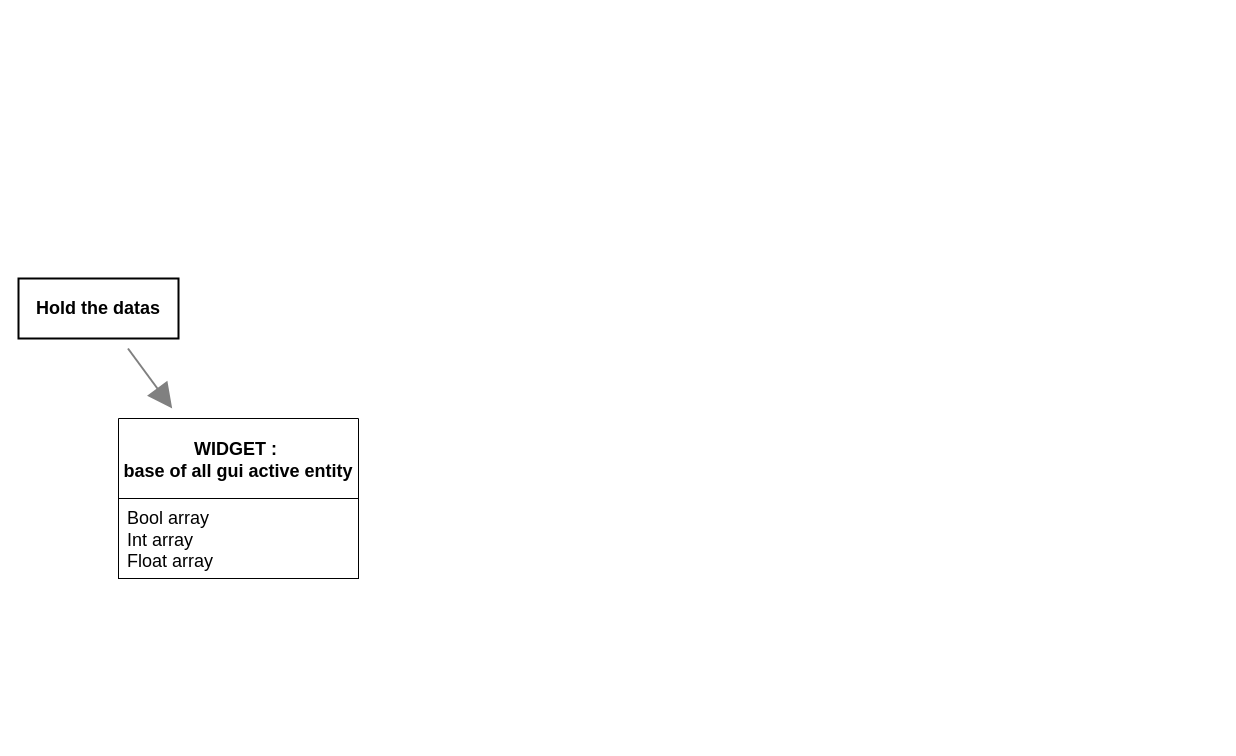
Earlier version of the draw.io diagram page "DUMP" (1 of 5) of docu_3.drawio (akariumfish/nodulo). Source tidied: cells renumbered, new cells numbered last; positions are measured from the earlier drawing's top-left corner, leaving out a move shared by most shapes. Both pictures are drawn from the tidied source at 100%, with x=0, y=0 at pixel (18, 278).
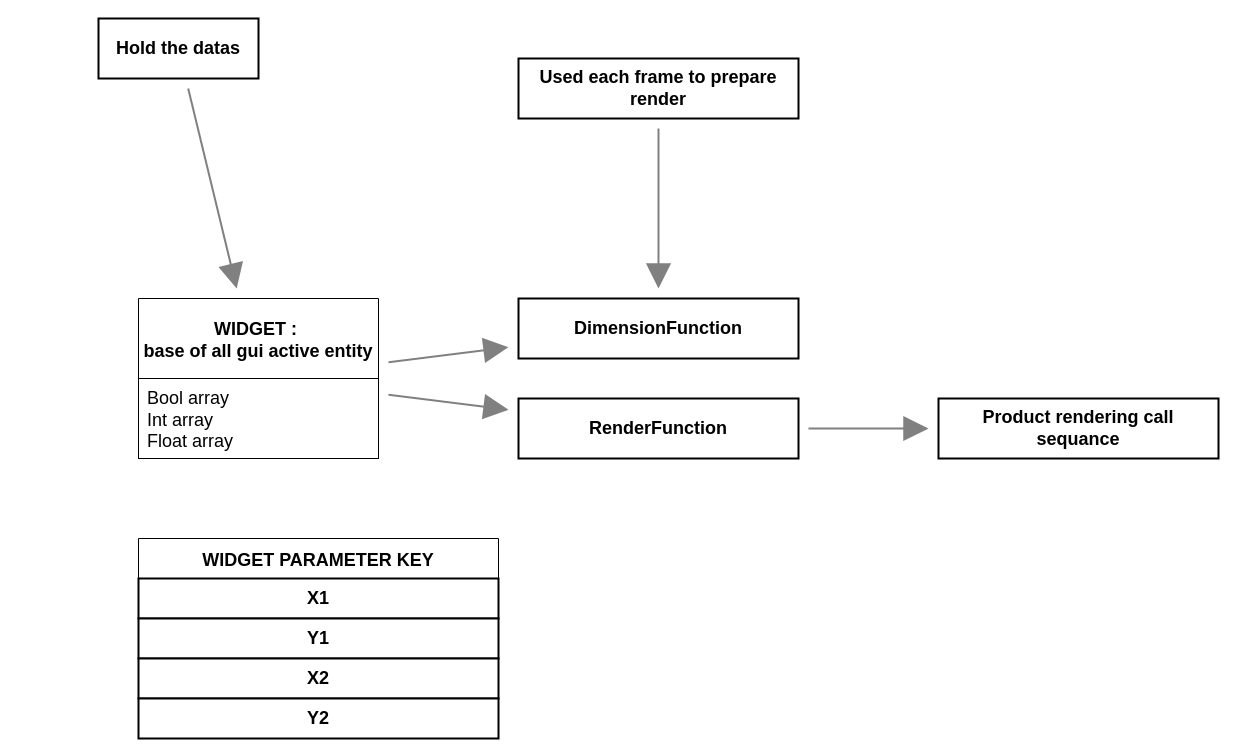
The same page after the edit.

Change to the diagram source:
```diff
@@
 <mxGraphModel>
   <root>
     <mxCell id="0" />
     <mxCell id="1" parent="0" />
     <mxCell id="2" style="edgeStyle=none;shape=connector;curved=1;rounded=1;jumpStyle=gap;jumpSize=10;libavoidSpacing=20;curveGeometry=1;jettySize=auto;html=1;strokeColor=light-dark(#808080,#E6E6E6);strokeWidth=2;align=center;verticalAlign=middle;fontFamily=Helvetica;fontSize=12;fontColor=default;labelBackgroundColor=default;startArrow=none;startFill=0;startSize=20;endArrow=block;endFill=1;endSize=20;flowAnimation=0;sourcePerimeterSpacing=10;targetPerimeterSpacing=10;fixedPointSpacing=1;followTerminals=1;" parent="1" edge="1" source="3" target="4">
       <mxGeometry relative="1" as="geometry" />
     </mxCell>
     <mxCell id="3" value="Hold the datas" style="whiteSpace=wrap;html=1;fontSize=18;fontStyle=1;strokeColor=light-dark(#000000,#808080);strokeWidth=2;newEdgeStyle=%7B%22edgeStyle%22%3A%22none%22%2C%22shape%22%3A%22connector%22%2C%22curved%22%3A%221%22%2C%22rounded%22%3A%221%22%2C%22jumpStyle%22%3A%22gap%22%2C%22jumpSize%22%3A%2210%22%2C%22libavoidSpacing%22%3A%2220%22%2C%22curveGeometry%22%3A%221%22%2C%22orthogonalLoop%22%3A%221%22%2C%22jettySize%22%3A%22auto%22%2C%22html%22%3A%221%22%2C%22strokeColor%22%3A%22light-dark(%23808080%2C%23E6E6E6)%22%2C%22strokeWidth%22%3A%222%22%2C%22align%22%3A%22center%22%2C%22verticalAlign%22%3A%22middle%22%2C%22fontFamily%22%3A%22Helvetica%22%2C%22fontSize%22%3A%2212%22%2C%22fontColor%22%3A%22default%22%2C%22labelBackgroundColor%22%3A%22default%22%2C%22startArrow%22%3A%22none%22%2C%22startFill%22%3A%220%22%2C%22startSize%22%3A%2220%22%2C%22endArrow%22%3A%22block%22%2C%22endFill%22%3A%221%22%2C%22endSize%22%3A%2220%22%2C%22flowAnimation%22%3A%220%22%2C%22sourcePerimeterSpacing%22%3A%2210%22%2C%22targetPerimeterSpacing%22%3A%2210%22%2C%22fixedPointSpacing%22%3A%221%22%2C%22followTerminals%22%3A%221%22%7D;" parent="1" vertex="1">
-      <mxGeometry width="160" height="60" as="geometry" />
+      <mxGeometry x="80" y="-260" width="160" height="60" as="geometry" />
     </mxCell>
+    <mxCell id="6" style="edgeStyle=none;shape=connector;curved=1;rounded=1;jumpStyle=gap;jumpSize=10;libavoidSpacing=20;curveGeometry=1;jettySize=auto;html=1;strokeColor=light-dark(#808080,#E6E6E6);strokeWidth=2;align=center;verticalAlign=middle;fontFamily=Helvetica;fontSize=12;fontColor=default;labelBackgroundColor=default;startArrow=none;startFill=0;startSize=20;endArrow=block;endFill=1;endSize=20;flowAnimation=0;sourcePerimeterSpacing=10;targetPerimeterSpacing=10;fixedPointSpacing=1;followTerminals=1;" parent="1" edge="1" source="4" target="10">
+      <mxGeometry relative="1" as="geometry" />
+    </mxCell>
+    <mxCell id="7" style="edgeStyle=none;shape=connector;curved=1;rounded=1;jumpStyle=gap;jumpSize=10;libavoidSpacing=20;curveGeometry=1;jettySize=auto;html=1;strokeColor=light-dark(#808080,#E6E6E6);strokeWidth=2;align=center;verticalAlign=middle;fontFamily=Helvetica;fontSize=12;fontColor=default;labelBackgroundColor=default;startArrow=none;startFill=0;startSize=20;endArrow=block;endFill=1;endSize=20;flowAnimation=0;sourcePerimeterSpacing=10;targetPerimeterSpacing=10;fixedPointSpacing=1;followTerminals=1;" parent="1" edge="1" source="4" target="8">
+      <mxGeometry relative="1" as="geometry" />
+    </mxCell>
     <mxCell id="4" value="WIDGET : &#10;base of all gui active entity" style="swimlane;fontStyle=1;horizontal=1;startSize=80;fillColor=default;swimlaneFillColor=none;fontSize=18;spacing=10;" parent="1" vertex="1">
-      <mxGeometry x="100" y="140" width="240" height="160" as="geometry" />
+      <mxGeometry x="120" y="20" width="240" height="160" as="geometry" />
     </mxCell>
     <mxCell id="5" value="Bool array&lt;div&gt;Int array&lt;/div&gt;&lt;div&gt;Float array&lt;/div&gt;" style="text;strokeColor=inherit;align=left;verticalAlign=top;spacingLeft=4;spacingRight=4;overflow=hidden;whiteSpace=wrap;html=1;fontSize=18;spacing=5;fillColor=default;" parent="4" vertex="1">
       <mxGeometry y="80" width="240" height="80" as="geometry" />
     </mxCell>
+    <mxCell id="8" value="DimensionFunction" style="whiteSpace=wrap;html=1;fontSize=18;fontStyle=1;strokeColor=light-dark(#000000,#808080);strokeWidth=2;newEdgeStyle=%7B%22edgeStyle%22%3A%22none%22%2C%22shape%22%3A%22connector%22%2C%22curved%22%3A%221%22%2C%22rounded%22%3A%221%22%2C%22jumpStyle%22%3A%22gap%22%2C%22jumpSize%22%3A%2210%22%2C%22libavoidSpacing%22%3A%2220%22%2C%22curveGeometry%22%3A%221%22%2C%22orthogonalLoop%22%3A%221%22%2C%22jettySize%22%3A%22auto%22%2C%22html%22%3A%221%22%2C%22strokeColor%22%3A%22light-dark(%23808080%2C%23E6E6E6)%22%2C%22strokeWidth%22%3A%222%22%2C%22align%22%3A%22center%22%2C%22verticalAlign%22%3A%22middle%22%2C%22fontFamily%22%3A%22Helvetica%22%2C%22fontSize%22%3A%2212%22%2C%22fontColor%22%3A%22default%22%2C%22labelBackgroundColor%22%3A%22default%22%2C%22startArrow%22%3A%22none%22%2C%22startFill%22%3A%220%22%2C%22startSize%22%3A%2220%22%2C%22endArrow%22%3A%22block%22%2C%22endFill%22%3A%221%22%2C%22endSize%22%3A%2220%22%2C%22flowAnimation%22%3A%220%22%2C%22sourcePerimeterSpacing%22%3A%2210%22%2C%22targetPerimeterSpacing%22%3A%2210%22%2C%22fixedPointSpacing%22%3A%221%22%2C%22followTerminals%22%3A%221%22%7D;" parent="1" vertex="1">
+      <mxGeometry x="500" y="20" width="280" height="60" as="geometry" />
+    </mxCell>
+    <mxCell id="9" style="edgeStyle=none;shape=connector;curved=1;rounded=1;jumpStyle=gap;jumpSize=10;libavoidSpacing=20;curveGeometry=1;jettySize=auto;html=1;strokeColor=light-dark(#808080,#E6E6E6);strokeWidth=2;align=center;verticalAlign=middle;fontFamily=Helvetica;fontSize=12;fontColor=default;labelBackgroundColor=default;startArrow=none;startFill=0;startSize=20;endArrow=block;endFill=1;endSize=20;flowAnimation=0;sourcePerimeterSpacing=10;targetPerimeterSpacing=10;fixedPointSpacing=1;followTerminals=1;" parent="1" edge="1" source="10" target="13">
+      <mxGeometry relative="1" as="geometry" />
+    </mxCell>
+    <mxCell id="10" value="RenderFunction" style="whiteSpace=wrap;html=1;fontSize=18;fontStyle=1;strokeColor=light-dark(#000000,#808080);strokeWidth=2;newEdgeStyle=%7B%22edgeStyle%22%3A%22none%22%2C%22shape%22%3A%22connector%22%2C%22curved%22%3A%221%22%2C%22rounded%22%3A%221%22%2C%22jumpStyle%22%3A%22gap%22%2C%22jumpSize%22%3A%2210%22%2C%22libavoidSpacing%22%3A%2220%22%2C%22curveGeometry%22%3A%221%22%2C%22orthogonalLoop%22%3A%221%22%2C%22jettySize%22%3A%22auto%22%2C%22html%22%3A%221%22%2C%22strokeColor%22%3A%22light-dark(%23808080%2C%23E6E6E6)%22%2C%22strokeWidth%22%3A%222%22%2C%22align%22%3A%22center%22%2C%22verticalAlign%22%3A%22middle%22%2C%22fontFamily%22%3A%22Helvetica%22%2C%22fontSize%22%3A%2212%22%2C%22fontColor%22%3A%22default%22%2C%22labelBackgroundColor%22%3A%22default%22%2C%22startArrow%22%3A%22none%22%2C%22startFill%22%3A%220%22%2C%22startSize%22%3A%2220%22%2C%22endArrow%22%3A%22block%22%2C%22endFill%22%3A%221%22%2C%22endSize%22%3A%2220%22%2C%22flowAnimation%22%3A%220%22%2C%22sourcePerimeterSpacing%22%3A%2210%22%2C%22targetPerimeterSpacing%22%3A%2210%22%2C%22fixedPointSpacing%22%3A%221%22%2C%22followTerminals%22%3A%221%22%7D;" parent="1" vertex="1">
+      <mxGeometry x="500" y="120" width="280" height="60" as="geometry" />
+    </mxCell>
+    <mxCell id="11" style="edgeStyle=none;shape=connector;curved=1;rounded=1;jumpStyle=gap;jumpSize=10;libavoidSpacing=20;curveGeometry=1;jettySize=auto;html=1;strokeColor=light-dark(#808080,#E6E6E6);strokeWidth=2;align=center;verticalAlign=middle;fontFamily=Helvetica;fontSize=12;fontColor=default;labelBackgroundColor=default;startArrow=none;startFill=0;startSize=20;endArrow=block;endFill=1;endSize=20;flowAnimation=0;sourcePerimeterSpacing=10;targetPerimeterSpacing=10;fixedPointSpacing=1;followTerminals=1;" parent="1" edge="1" source="12" target="8">
+      <mxGeometry relative="1" as="geometry" />
+    </mxCell>
+    <mxCell id="12" value="Used each frame to prepare render" style="whiteSpace=wrap;html=1;fontSize=18;fontStyle=1;strokeColor=light-dark(#000000,#808080);strokeWidth=2;newEdgeStyle=%7B%22edgeStyle%22%3A%22none%22%2C%22shape%22%3A%22connector%22%2C%22curved%22%3A%221%22%2C%22rounded%22%3A%221%22%2C%22jumpStyle%22%3A%22gap%22%2C%22jumpSize%22%3A%2210%22%2C%22libavoidSpacing%22%3A%2220%22%2C%22curveGeometry%22%3A%221%22%2C%22orthogonalLoop%22%3A%221%22%2C%22jettySize%22%3A%22auto%22%2C%22html%22%3A%221%22%2C%22strokeColor%22%3A%22light-dark(%23808080%2C%23E6E6E6)%22%2C%22strokeWidth%22%3A%222%22%2C%22align%22%3A%22center%22%2C%22verticalAlign%22%3A%22middle%22%2C%22fontFamily%22%3A%22Helvetica%22%2C%22fontSize%22%3A%2212%22%2C%22fontColor%22%3A%22default%22%2C%22labelBackgroundColor%22%3A%22default%22%2C%22startArrow%22%3A%22none%22%2C%22startFill%22%3A%220%22%2C%22startSize%22%3A%2220%22%2C%22endArrow%22%3A%22block%22%2C%22endFill%22%3A%221%22%2C%22endSize%22%3A%2220%22%2C%22flowAnimation%22%3A%220%22%2C%22sourcePerimeterSpacing%22%3A%2210%22%2C%22targetPerimeterSpacing%22%3A%2210%22%2C%22fixedPointSpacing%22%3A%221%22%2C%22followTerminals%22%3A%221%22%7D;" parent="1" vertex="1">
+      <mxGeometry x="500" y="-220" width="280" height="60" as="geometry" />
+    </mxCell>
+    <mxCell id="13" value="Product rendering call sequance" style="whiteSpace=wrap;html=1;fontSize=18;fontStyle=1;strokeColor=light-dark(#000000,#808080);strokeWidth=2;newEdgeStyle=%7B%22edgeStyle%22%3A%22none%22%2C%22shape%22%3A%22connector%22%2C%22curved%22%3A%221%22%2C%22rounded%22%3A%221%22%2C%22jumpStyle%22%3A%22gap%22%2C%22jumpSize%22%3A%2210%22%2C%22libavoidSpacing%22%3A%2220%22%2C%22curveGeometry%22%3A%221%22%2C%22orthogonalLoop%22%3A%221%22%2C%22jettySize%22%3A%22auto%22%2C%22html%22%3A%221%22%2C%22strokeColor%22%3A%22light-dark(%23808080%2C%23E6E6E6)%22%2C%22strokeWidth%22%3A%222%22%2C%22align%22%3A%22center%22%2C%22verticalAlign%22%3A%22middle%22%2C%22fontFamily%22%3A%22Helvetica%22%2C%22fontSize%22%3A%2212%22%2C%22fontColor%22%3A%22default%22%2C%22labelBackgroundColor%22%3A%22default%22%2C%22startArrow%22%3A%22none%22%2C%22startFill%22%3A%220%22%2C%22startSize%22%3A%2220%22%2C%22endArrow%22%3A%22block%22%2C%22endFill%22%3A%221%22%2C%22endSize%22%3A%2220%22%2C%22flowAnimation%22%3A%220%22%2C%22sourcePerimeterSpacing%22%3A%2210%22%2C%22targetPerimeterSpacing%22%3A%2210%22%2C%22fixedPointSpacing%22%3A%221%22%2C%22followTerminals%22%3A%221%22%7D;" parent="1" vertex="1">
+      <mxGeometry x="920" y="120" width="280" height="60" as="geometry" />
+    </mxCell>
+    <mxCell id="14" value="WIDGET PARAMETER KEY" style="swimlane;fontStyle=1;horizontal=1;startSize=40;fillColor=default;swimlaneFillColor=none;fontSize=18;spacing=10;" parent="1" vertex="1">
+      <mxGeometry x="120" y="260" width="360" height="200" as="geometry" />
+    </mxCell>
+    <mxCell id="15" value="X1" style="whiteSpace=wrap;html=1;fontSize=18;fontStyle=1;strokeColor=light-dark(#000000,#808080);strokeWidth=2;newEdgeStyle=%7B%22edgeStyle%22%3A%22none%22%2C%22shape%22%3A%22connector%22%2C%22curved%22%3A%221%22%2C%22rounded%22%3A%221%22%2C%22jumpStyle%22%3A%22gap%22%2C%22jumpSize%22%3A%2210%22%2C%22libavoidSpacing%22%3A%2220%22%2C%22curveGeometry%22%3A%221%22%2C%22orthogonalLoop%22%3A%221%22%2C%22jettySize%22%3A%22auto%22%2C%22html%22%3A%221%22%2C%22strokeColor%22%3A%22light-dark(%23808080%2C%23E6E6E6)%22%2C%22strokeWidth%22%3A%222%22%2C%22align%22%3A%22center%22%2C%22verticalAlign%22%3A%22middle%22%2C%22fontFamily%22%3A%22Helvetica%22%2C%22fontSize%22%3A%2212%22%2C%22fontColor%22%3A%22default%22%2C%22labelBackgroundColor%22%3A%22default%22%2C%22startArrow%22%3A%22none%22%2C%22startFill%22%3A%220%22%2C%22startSize%22%3A%2220%22%2C%22endArrow%22%3A%22block%22%2C%22endFill%22%3A%221%22%2C%22endSize%22%3A%2220%22%2C%22flowAnimation%22%3A%220%22%2C%22sourcePerimeterSpacing%22%3A%2210%22%2C%22targetPerimeterSpacing%22%3A%2210%22%2C%22fixedPointSpacing%22%3A%221%22%2C%22followTerminals%22%3A%221%22%7D;" parent="14" vertex="1">
+      <mxGeometry y="40" width="360" height="40" as="geometry" />
+    </mxCell>
+    <mxCell id="16" value="Y1" style="whiteSpace=wrap;html=1;fontSize=18;fontStyle=1;strokeColor=light-dark(#000000,#808080);strokeWidth=2;newEdgeStyle=%7B%22edgeStyle%22%3A%22none%22%2C%22shape%22%3A%22connector%22%2C%22curved%22%3A%221%22%2C%22rounded%22%3A%221%22%2C%22jumpStyle%22%3A%22gap%22%2C%22jumpSize%22%3A%2210%22%2C%22libavoidSpacing%22%3A%2220%22%2C%22curveGeometry%22%3A%221%22%2C%22orthogonalLoop%22%3A%221%22%2C%22jettySize%22%3A%22auto%22%2C%22html%22%3A%221%22%2C%22strokeColor%22%3A%22light-dark(%23808080%2C%23E6E6E6)%22%2C%22strokeWidth%22%3A%222%22%2C%22align%22%3A%22center%22%2C%22verticalAlign%22%3A%22middle%22%2C%22fontFamily%22%3A%22Helvetica%22%2C%22fontSize%22%3A%2212%22%2C%22fontColor%22%3A%22default%22%2C%22labelBackgroundColor%22%3A%22default%22%2C%22startArrow%22%3A%22none%22%2C%22startFill%22%3A%220%22%2C%22startSize%22%3A%2220%22%2C%22endArrow%22%3A%22block%22%2C%22endFill%22%3A%221%22%2C%22endSize%22%3A%2220%22%2C%22flowAnimation%22%3A%220%22%2C%22sourcePerimeterSpacing%22%3A%2210%22%2C%22targetPerimeterSpacing%22%3A%2210%22%2C%22fixedPointSpacing%22%3A%221%22%2C%22followTerminals%22%3A%221%22%7D;" parent="14" vertex="1">
+      <mxGeometry y="80" width="360" height="40" as="geometry" />
+    </mxCell>
+    <mxCell id="17" value="X2" style="whiteSpace=wrap;html=1;fontSize=18;fontStyle=1;strokeColor=light-dark(#000000,#808080);strokeWidth=2;newEdgeStyle=%7B%22edgeStyle%22%3A%22none%22%2C%22shape%22%3A%22connector%22%2C%22curved%22%3A%221%22%2C%22rounded%22%3A%221%22%2C%22jumpStyle%22%3A%22gap%22%2C%22jumpSize%22%3A%2210%22%2C%22libavoidSpacing%22%3A%2220%22%2C%22curveGeometry%22%3A%221%22%2C%22orthogonalLoop%22%3A%221%22%2C%22jettySize%22%3A%22auto%22%2C%22html%22%3A%221%22%2C%22strokeColor%22%3A%22light-dark(%23808080%2C%23E6E6E6)%22%2C%22strokeWidth%22%3A%222%22%2C%22align%22%3A%22center%22%2C%22verticalAlign%22%3A%22middle%22%2C%22fontFamily%22%3A%22Helvetica%22%2C%22fontSize%22%3A%2212%22%2C%22fontColor%22%3A%22default%22%2C%22labelBackgroundColor%22%3A%22default%22%2C%22startArrow%22%3A%22none%22%2C%22startFill%22%3A%220%22%2C%22startSize%22%3A%2220%22%2C%22endArrow%22%3A%22block%22%2C%22endFill%22%3A%221%22%2C%22endSize%22%3A%2220%22%2C%22flowAnimation%22%3A%220%22%2C%22sourcePerimeterSpacing%22%3A%2210%22%2C%22targetPerimeterSpacing%22%3A%2210%22%2C%22fixedPointSpacing%22%3A%221%22%2C%22followTerminals%22%3A%221%22%7D;" parent="14" vertex="1">
+      <mxGeometry y="120" width="360" height="40" as="geometry" />
+    </mxCell>
+    <mxCell id="18" value="Y2" style="whiteSpace=wrap;html=1;fontSize=18;fontStyle=1;strokeColor=light-dark(#000000,#808080);strokeWidth=2;newEdgeStyle=%7B%22edgeStyle%22%3A%22none%22%2C%22shape%22%3A%22connector%22%2C%22curved%22%3A%221%22%2C%22rounded%22%3A%221%22%2C%22jumpStyle%22%3A%22gap%22%2C%22jumpSize%22%3A%2210%22%2C%22libavoidSpacing%22%3A%2220%22%2C%22curveGeometry%22%3A%221%22%2C%22orthogonalLoop%22%3A%221%22%2C%22jettySize%22%3A%22auto%22%2C%22html%22%3A%221%22%2C%22strokeColor%22%3A%22light-dark(%23808080%2C%23E6E6E6)%22%2C%22strokeWidth%22%3A%222%22%2C%22align%22%3A%22center%22%2C%22verticalAlign%22%3A%22middle%22%2C%22fontFamily%22%3A%22Helvetica%22%2C%22fontSize%22%3A%2212%22%2C%22fontColor%22%3A%22default%22%2C%22labelBackgroundColor%22%3A%22default%22%2C%22startArrow%22%3A%22none%22%2C%22startFill%22%3A%220%22%2C%22startSize%22%3A%2220%22%2C%22endArrow%22%3A%22block%22%2C%22endFill%22%3A%221%22%2C%22endSize%22%3A%2220%22%2C%22flowAnimation%22%3A%220%22%2C%22sourcePerimeterSpacing%22%3A%2210%22%2C%22targetPerimeterSpacing%22%3A%2210%22%2C%22fixedPointSpacing%22%3A%221%22%2C%22followTerminals%22%3A%221%22%7D;" parent="14" vertex="1">
+      <mxGeometry y="160" width="360" height="40" as="geometry" />
+    </mxCell>
   </root>
 </mxGraphModel>
```
